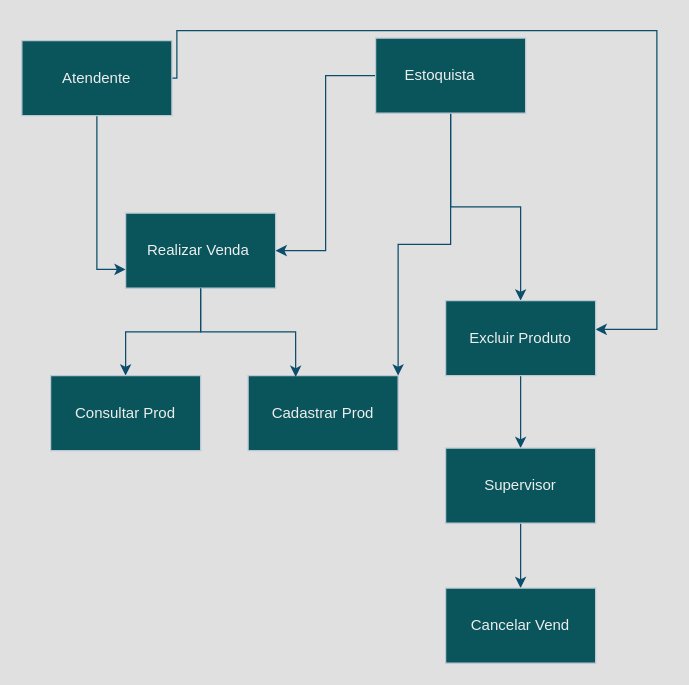
jocimar-dev/API_Comics keeps this draw.io diagram as Diagrama sem nome.drawio. Above is the earlier version. Source tidied: cells renumbered, new cells numbered last; positions are measured from the earlier drawing's top-left corner, leaving out a move shared by most shapes. Both pictures are drawn from the tidied source at 125%, with x=0, y=0 at pixel (21, 30).
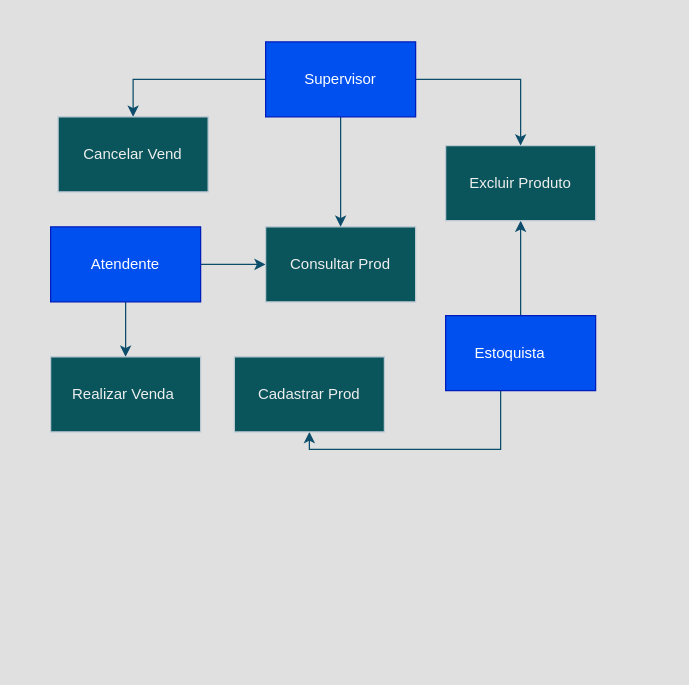
The same page after the edit.

Diff of the diagram source:
```diff
@@
-    <mxCell id="2" style="edgeStyle=orthogonalEdgeStyle;rounded=0;jettySize=auto;html=1;entryX=0;entryY=0.75;entryDx=0;entryDy=0;labelBackgroundColor=none;strokeColor=#0B4D6A;fontColor=default;" parent="1" edge="1" source="4" target="6">
+    <mxCell id="2" style="edgeStyle=orthogonalEdgeStyle;rounded=0;jettySize=auto;html=1;strokeColor=#0B4D6A;" parent="1" edge="1" source="4" target="6">
       <mxGeometry relative="1" as="geometry" />
     </mxCell>
-    <mxCell id="3" style="edgeStyle=orthogonalEdgeStyle;rounded=0;jettySize=auto;html=1;strokeColor=#0B4D6A;entryX=0.967;entryY=0.383;entryDx=0;entryDy=0;entryPerimeter=0;labelBackgroundColor=none;fontColor=default;" parent="1" edge="1" source="4">
-      <mxGeometry relative="1" as="geometry">
-        <mxPoint x="459" y="239" as="targetPoint" />
-        <Array as="points">
-          <mxPoint x="124" y="38" />
-          <mxPoint x="124" />
-          <mxPoint x="508" />
-          <mxPoint x="508" y="239" />
-        </Array>
-      </mxGeometry>
-    </mxCell>
+    <mxCell id="19" style="edgeStyle=orthogonalEdgeStyle;rounded=0;jettySize=auto;html=1;strokeColor=#0B4D6A;" parent="1" edge="1" source="4" target="11">
+      <mxGeometry relative="1" as="geometry" />
+    </mxCell>
-    <mxCell id="4" value="Atendente" style="rounded=0;whiteSpace=wrap;html=1;labelBackgroundColor=none;fillColor=#09555B;strokeColor=#BAC8D3;fontColor=#EEEEEE;" parent="1" vertex="1">
-      <mxGeometry y="8" width="120" height="60" as="geometry" />
+    <mxCell id="4" value="Atendente" style="rounded=0;whiteSpace=wrap;html=1;labelBackgroundColor=none;fillColor=#0050ef;strokeColor=#001DBC;fontColor=#ffffff;" parent="1" vertex="1">
+      <mxGeometry x="23" y="157" width="120" height="60" as="geometry" />
     </mxCell>
-    <mxCell id="5" style="edgeStyle=orthogonalEdgeStyle;rounded=0;jettySize=auto;html=1;labelBackgroundColor=none;strokeColor=#0B4D6A;fontColor=default;" parent="1" edge="1" source="6" target="11">
-      <mxGeometry relative="1" as="geometry" />
-    </mxCell>
     <mxCell id="6" value="Realizar Venda&amp;nbsp;" style="rounded=0;whiteSpace=wrap;html=1;labelBackgroundColor=none;fillColor=#09555B;strokeColor=#BAC8D3;fontColor=#EEEEEE;" parent="1" vertex="1">
-      <mxGeometry x="83" y="146" width="120" height="60" as="geometry" />
+      <mxGeometry x="23" y="261" width="120" height="60" as="geometry" />
     </mxCell>
-    <mxCell id="7" style="edgeStyle=orthogonalEdgeStyle;rounded=0;jettySize=auto;html=1;entryX=1;entryY=0;entryDx=0;entryDy=0;labelBackgroundColor=none;strokeColor=#0B4D6A;fontColor=default;" parent="1" edge="1" source="10" target="12">
-      <mxGeometry relative="1" as="geometry" />
+    <mxCell id="7" style="edgeStyle=orthogonalEdgeStyle;rounded=0;jettySize=auto;html=1;strokeColor=#0B4D6A;" parent="1" edge="1" source="10" target="12">
+      <mxGeometry relative="1" as="geometry">
+        <Array as="points">
+          <mxPoint x="383" y="335" />
+        </Array>
+      </mxGeometry>
     </mxCell>
-    <mxCell id="8" style="edgeStyle=orthogonalEdgeStyle;rounded=0;jettySize=auto;html=1;entryX=1;entryY=0.5;entryDx=0;entryDy=0;labelBackgroundColor=none;strokeColor=#0B4D6A;fontColor=default;" parent="1" edge="1" source="10" target="6">
-      <mxGeometry relative="1" as="geometry" />
-    </mxCell>
-    <mxCell id="9" style="edgeStyle=orthogonalEdgeStyle;rounded=0;jettySize=auto;html=1;labelBackgroundColor=none;strokeColor=#0B4D6A;fontColor=default;" parent="1" edge="1" source="10" target="14">
+    <mxCell id="9" style="edgeStyle=orthogonalEdgeStyle;rounded=0;jettySize=auto;html=1;strokeColor=#0B4D6A;" parent="1" edge="1" source="10" target="14">
       <mxGeometry relative="1" as="geometry" />
     </mxCell>
-    <mxCell id="10" value="Estoquista&amp;nbsp; &amp;nbsp; &amp;nbsp;" style="rounded=0;whiteSpace=wrap;html=1;labelBackgroundColor=none;fillColor=#09555B;strokeColor=#BAC8D3;fontColor=#EEEEEE;" parent="1" vertex="1">
-      <mxGeometry x="283" y="6" width="120" height="60" as="geometry" />
+    <mxCell id="10" value="Estoquista&amp;nbsp; &amp;nbsp; &amp;nbsp;" style="rounded=0;whiteSpace=wrap;html=1;labelBackgroundColor=none;fillColor=#0050ef;glass=0;shadow=0;fontColor=#ffffff;strokeColor=#001DBC;" parent="1" vertex="1">
+      <mxGeometry x="339" y="228" width="120" height="60" as="geometry" />
     </mxCell>
     <mxCell id="11" value="Consultar Prod" style="rounded=0;whiteSpace=wrap;html=1;labelBackgroundColor=none;fillColor=#09555B;strokeColor=#BAC8D3;fontColor=#EEEEEE;" parent="1" vertex="1">
-      <mxGeometry x="23" y="276" width="120" height="60" as="geometry" />
+      <mxGeometry x="195" y="157" width="120" height="60" as="geometry" />
     </mxCell>
-    <mxCell id="12" value="Cadastrar Prod" style="rounded=0;whiteSpace=wrap;html=1;labelBackgroundColor=none;fillColor=#09555B;strokeColor=#BAC8D3;fontColor=#EEEEEE;" parent="1" vertex="1">
-      <mxGeometry x="181" y="276" width="120" height="60" as="geometry" />
+    <mxCell id="12" value="Cadastrar Prod" style="rounded=0;whiteSpace=wrap;html=1;labelBackgroundColor=none;fillColor=#09555B;strokeColor=#BAC8D3;fontColor=#EEEEEE;gradientColor=none;" parent="1" vertex="1">
+      <mxGeometry x="170" y="261" width="120" height="60" as="geometry" />
     </mxCell>
-    <mxCell id="13" style="edgeStyle=orthogonalEdgeStyle;rounded=0;jettySize=auto;html=1;labelBackgroundColor=none;strokeColor=#0B4D6A;fontColor=default;" parent="1" edge="1" source="14" target="16">
-      <mxGeometry relative="1" as="geometry" />
-    </mxCell>
     <mxCell id="14" value="Excluir Produto" style="rounded=0;whiteSpace=wrap;html=1;labelBackgroundColor=none;fillColor=#09555B;strokeColor=#BAC8D3;fontColor=#EEEEEE;" parent="1" vertex="1">
-      <mxGeometry x="339" y="216" width="120" height="60" as="geometry" />
+      <mxGeometry x="339" y="92" width="120" height="60" as="geometry" />
     </mxCell>
@@
+    <mxCell id="20" style="edgeStyle=orthogonalEdgeStyle;rounded=0;jettySize=auto;html=1;strokeColor=#0B4D6A;" parent="1" edge="1" source="16" target="14">
+      <mxGeometry relative="1" as="geometry" />
+    </mxCell>
+    <mxCell id="21" style="edgeStyle=orthogonalEdgeStyle;rounded=0;jettySize=auto;html=1;strokeColor=#0B4D6A;" parent="1" edge="1" source="16" target="11">
+      <mxGeometry relative="1" as="geometry" />
+    </mxCell>
-    <mxCell id="16" value="Supervisor" style="rounded=0;whiteSpace=wrap;html=1;labelBackgroundColor=none;fillColor=#09555B;strokeColor=#BAC8D3;fontColor=#EEEEEE;" parent="1" vertex="1">
-      <mxGeometry x="339" y="334" width="120" height="60" as="geometry" />
+    <mxCell id="16" value="Supervisor" style="rounded=0;whiteSpace=wrap;html=1;labelBackgroundColor=none;fillColor=#0050ef;strokeColor=#001DBC;fontColor=#ffffff;" parent="1" vertex="1">
+      <mxGeometry x="195" y="9" width="120" height="60" as="geometry" />
     </mxCell>
     <mxCell id="17" value="Cancelar Vend" style="rounded=0;whiteSpace=wrap;html=1;labelBackgroundColor=none;fillColor=#09555B;strokeColor=#BAC8D3;fontColor=#EEEEEE;" parent="1" vertex="1">
-      <mxGeometry x="339" y="446" width="120" height="60" as="geometry" />
+      <mxGeometry x="29" y="69" width="120" height="60" as="geometry" />
     </mxCell>
-    <mxCell id="18" style="edgeStyle=orthogonalEdgeStyle;rounded=0;jettySize=auto;html=1;entryX=0.317;entryY=0.017;entryDx=0;entryDy=0;entryPerimeter=0;labelBackgroundColor=none;strokeColor=#0B4D6A;fontColor=default;" parent="1" edge="1" source="6" target="12">
-      <mxGeometry relative="1" as="geometry" />
-    </mxCell>
```
